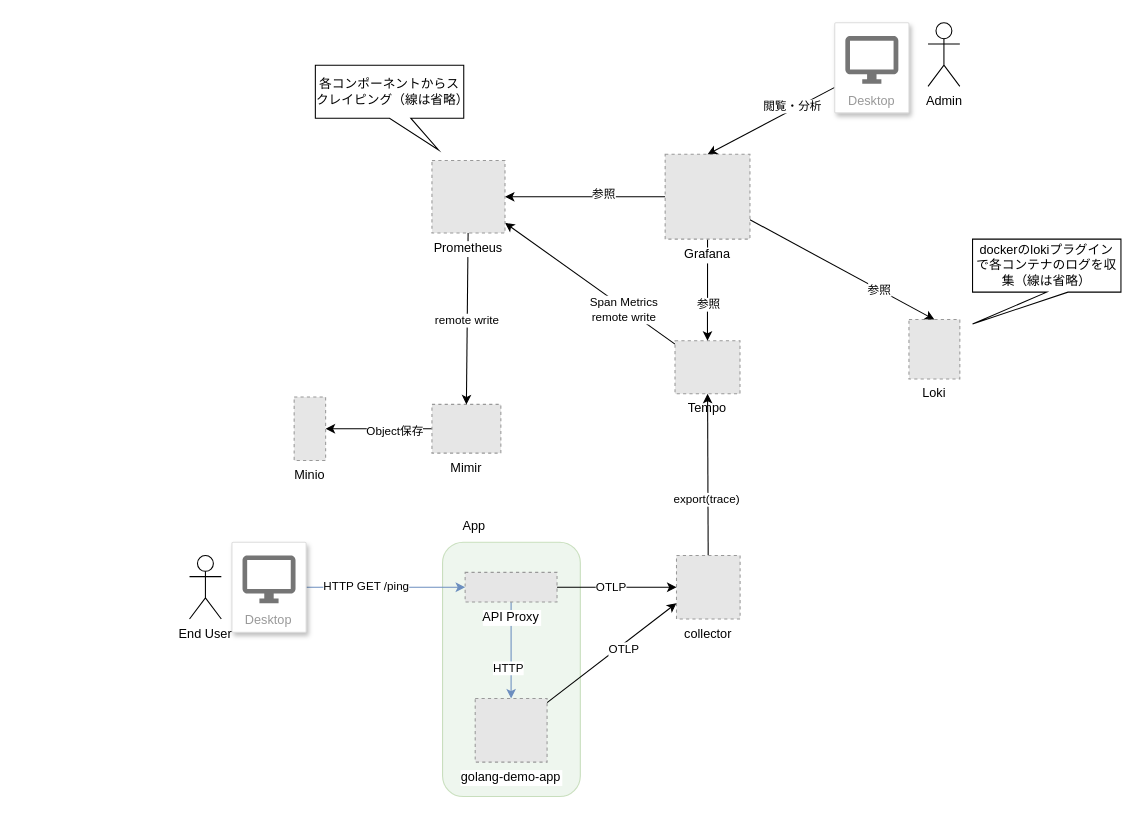
The draw.io diagram diagram.drawio in tamura-daiki-dc3/opentelemetry-demo, before the edit. Source tidied: cells renumbered, new cells numbered last; positions are measured from the earlier drawing's top-left corner, leaving out a move shared by most shapes. Both pictures are drawn from the tidied source at 106%, with x=0, y=0 at pixel (189, 22). Pictures stored in the file or linked from it are replaced by grey dashed boxes.
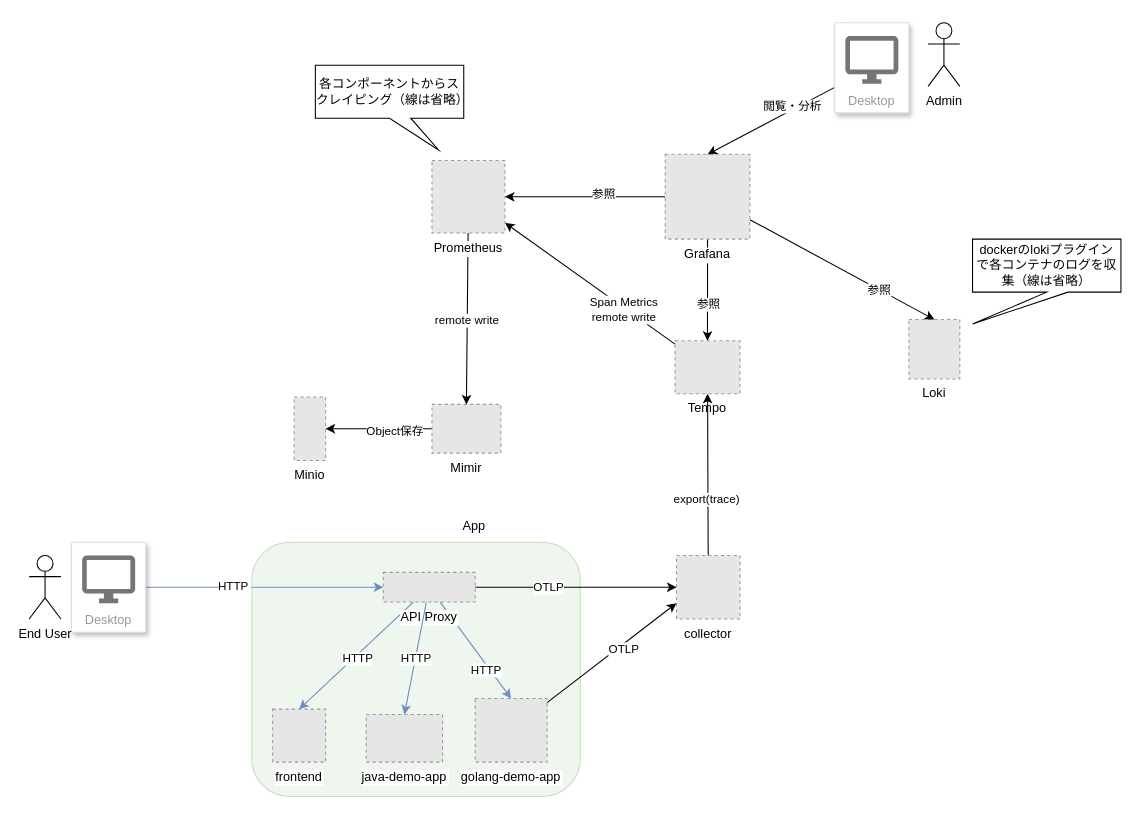
The same diagram, later.

The change refers to these unchanged cells:
```xml
<mxCell id="38" style="edgeStyle=none;html=1;entryX=0;entryY=0.5;entryDx=0;entryDy=0;fillColor=#dae8fc;strokeColor=#6c8ebf;" parent="1" edge="1" source="40" target="34">
  <mxGeometry relative="1" as="geometry" />
</mxCell>
```

The edit, as a diff of the source:
```diff
@@
     <mxCell id="2" style="rounded=1;whiteSpace=wrap;html=1;fillColor=#d5e8d4;strokeColor=#82b366;opacity=40;" parent="1" vertex="1">
-      <mxGeometry x="239" y="490" width="130" height="240" as="geometry" />
+      <mxGeometry x="59" y="490" width="310" height="240" as="geometry" />
     </mxCell>
@@
+    <mxCell id="45" style="edgeStyle=none;html=1;entryX=0.5;entryY=0;entryDx=0;entryDy=0;fillColor=#dae8fc;strokeColor=#6c8ebf;" parent="1" edge="1" source="34" target="50">
+      <mxGeometry relative="1" as="geometry" />
+    </mxCell>
+    <mxCell id="46" value="HTTP" style="edgeLabel;html=1;align=center;verticalAlign=middle;" parent="45" vertex="1">
+      <mxGeometry x="-0.17" y="1" relative="1" as="geometry">
+        <mxPoint x="-9" y="11" as="offset" />
+      </mxGeometry>
+    </mxCell>
     <mxCell id="34" value="API Proxy" style="fillColor=#E6E6E6;strokeColor=#999999;dashed=1;verticalLabelPosition=bottom;labelBackgroundColor=default;verticalAlign=top;" parent="1" vertex="1">
-      <mxGeometry x="260.3" y="518.5" width="86.7" height="28" as="geometry" />
+      <mxGeometry x="183.1" y="518.5" width="86.7" height="28" as="geometry" />
     </mxCell>
@@
-    <mxCell id="39" value="HTTP GET /ping" style="edgeLabel;html=1;align=center;verticalAlign=middle;" parent="38" vertex="1">
+    <mxCell id="39" value="HTTP&amp;nbsp;" style="edgeLabel;html=1;align=center;verticalAlign=middle;" parent="38" vertex="1">
       <mxGeometry x="-0.26" y="1" relative="1" as="geometry" />
     </mxCell>
     <mxCell id="40" value="Desktop" style="strokeColor=#dddddd;shadow=1;strokeWidth=1;rounded=1;absoluteArcSize=1;arcSize=2;labelPosition=center;verticalLabelPosition=middle;align=center;verticalAlign=bottom;spacingLeft=0;fontColor=#999999;fontSize=12;whiteSpace=wrap;spacingBottom=2;" parent="1" vertex="1">
-      <mxGeometry x="40.3" y="490" width="70" height="85" as="geometry" />
+      <mxGeometry x="-111" y="490" width="70" height="85" as="geometry" />
     </mxCell>
@@
     <mxCell id="42" value="End User" style="shape=umlActor;verticalLabelPosition=bottom;verticalAlign=top;html=1;" parent="1" vertex="1">
-      <mxGeometry x="0.3" y="502.5" width="30" height="60" as="geometry" />
+      <mxGeometry x="-151" y="502.5" width="30" height="60" as="geometry" />
     </mxCell>
@@
+    <mxCell id="47" value="java-demo-app" style="fillColor=#E6E6E6;strokeColor=#999999;dashed=1;verticalLabelPosition=bottom;labelBackgroundColor=default;verticalAlign=top;" parent="1" vertex="1">
+      <mxGeometry x="167" y="652.5" width="72" height="45" as="geometry" />
+    </mxCell>
+    <mxCell id="48" style="edgeStyle=none;html=1;entryX=0.5;entryY=0;entryDx=0;entryDy=0;fillColor=#dae8fc;strokeColor=#6c8ebf;" parent="1" edge="1" source="34" target="47">
+      <mxGeometry relative="1" as="geometry" />
+    </mxCell>
+    <mxCell id="49" value="HTTP" style="edgeLabel;html=1;align=center;verticalAlign=middle;" parent="48" vertex="1">
+      <mxGeometry x="0.36" y="-3" relative="1" as="geometry">
+        <mxPoint x="7" y="-18" as="offset" />
+      </mxGeometry>
+    </mxCell>
+    <mxCell id="50" value="frontend" style="fillColor=#E6E6E6;strokeColor=#999999;dashed=1;verticalLabelPosition=bottom;labelBackgroundColor=default;verticalAlign=top;" parent="1" vertex="1">
+      <mxGeometry x="78.7" y="647.5" width="50" height="50" as="geometry" />
+    </mxCell>
```
